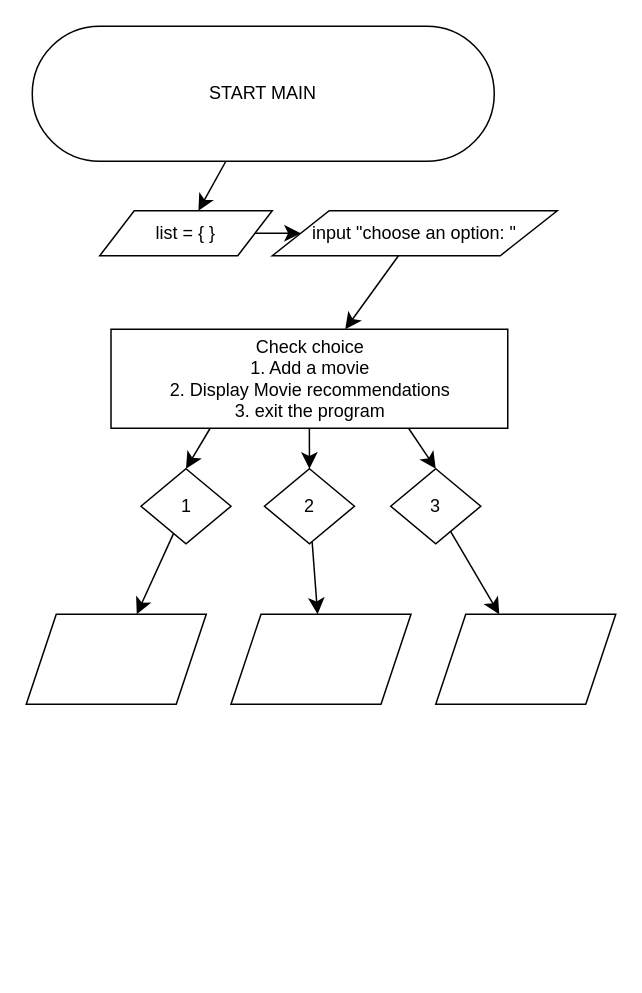
Before: doc/weekSeven.drawio in RedjaderCode/redjader, a draw.io diagram. Source tidied: cells renumbered, new cells numbered last; positions are measured from the earlier drawing's top-left corner, leaving out a move shared by most shapes. Both pictures are drawn from the tidied source at 150%, with x=0, y=0 at pixel (26, 26).
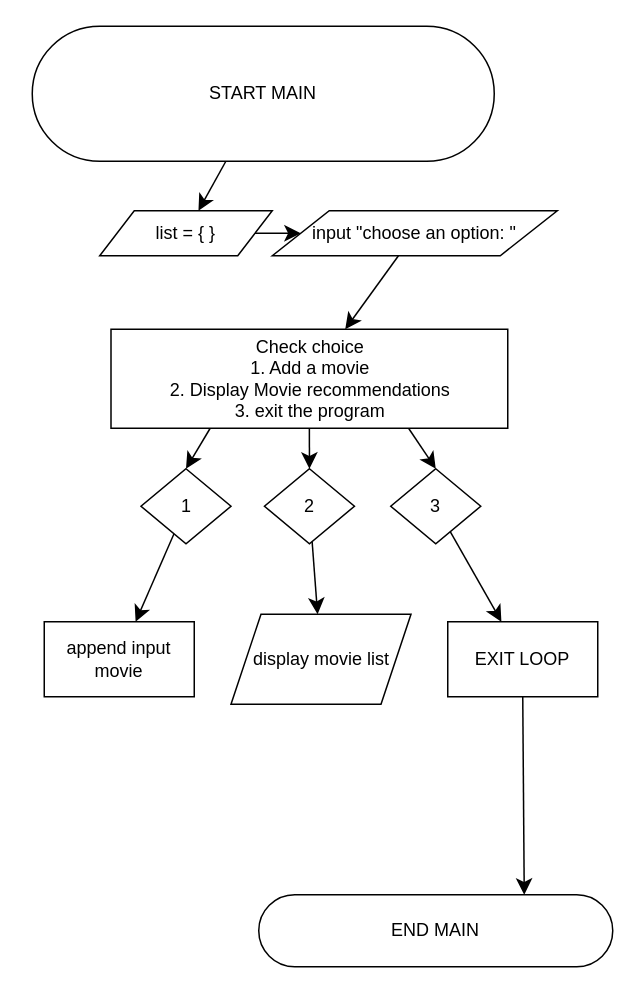
The same diagram, later.

The change refers to these unchanged cells:
```xml
<mxCell id="13" value="1" style="shape=rhombus;html=1;dashed=0;whiteSpace=wrap;perimeter=rhombusPerimeter;" parent="1" vertex="1">
  <mxGeometry x="76.5" y="295" width="60" height="50" as="geometry" />
</mxCell>
<mxCell id="17" value="3" style="shape=rhombus;html=1;dashed=0;whiteSpace=wrap;perimeter=rhombusPerimeter;" parent="1" vertex="1">
  <mxGeometry x="243" y="295" width="60" height="50" as="geometry" />
</mxCell>
```

What changed in the source:
```diff
@@
-    <mxCell id="12" style="edgeStyle=none;curved=1;rounded=0;jettySize=auto;html=1;fontSize=12;startSize=8;endSize=8;" parent="1" edge="1" source="13" target="18">
-      <mxGeometry relative="1" as="geometry" />
-    </mxCell>
+    <mxCell id="21" style="edgeStyle=none;curved=1;rounded=0;jettySize=auto;html=1;fontSize=12;startSize=8;endSize=8;" parent="1" edge="1" source="13" target="23">
+      <mxGeometry relative="1" as="geometry" />
+    </mxCell>
@@
-    <mxCell id="16" style="edgeStyle=none;curved=1;rounded=0;jettySize=auto;html=1;fontSize=12;startSize=8;endSize=8;" parent="1" edge="1" source="17" target="20">
-      <mxGeometry relative="1" as="geometry" />
-    </mxCell>
+    <mxCell id="22" style="edgeStyle=none;curved=1;rounded=0;jettySize=auto;html=1;fontSize=12;startSize=8;endSize=8;" parent="1" edge="1" source="17" target="24">
+      <mxGeometry relative="1" as="geometry" />
+    </mxCell>
@@
-    <mxCell id="18" style="shape=parallelogram;perimeter=parallelogramPerimeter;whiteSpace=wrap;html=1;fixedSize=1;dashed=0;" parent="1" vertex="1">
-      <mxGeometry y="392" width="120" height="60" as="geometry" />
-    </mxCell>
-    <mxCell id="19" style="shape=parallelogram;perimeter=parallelogramPerimeter;whiteSpace=wrap;html=1;fixedSize=1;dashed=0;" parent="1" vertex="1">
+    <mxCell id="19" value="display movie list" style="shape=parallelogram;perimeter=parallelogramPerimeter;whiteSpace=wrap;html=1;fixedSize=1;dashed=0;" parent="1" vertex="1">
       <mxGeometry x="136.5" y="392" width="120" height="60" as="geometry" />
     </mxCell>
-    <mxCell id="20" style="shape=parallelogram;perimeter=parallelogramPerimeter;whiteSpace=wrap;html=1;fixedSize=1;dashed=0;" parent="1" vertex="1">
-      <mxGeometry x="273" y="392" width="120" height="60" as="geometry" />
-    </mxCell>
+    <mxCell id="23" value="append input movie" style="html=1;dashed=0;whiteSpace=wrap;" parent="1" vertex="1">
+      <mxGeometry x="12" y="397" width="100" height="50" as="geometry" />
+    </mxCell>
+    <mxCell id="24" value="EXIT LOOP" style="html=1;dashed=0;whiteSpace=wrap;" parent="1" vertex="1">
+      <mxGeometry x="281" y="397" width="100" height="50" as="geometry" />
+    </mxCell>
+    <mxCell id="25" value="END MAIN" style="html=1;dashed=0;whiteSpace=wrap;shape=mxgraph.dfd.start;" parent="1" vertex="1">
+      <mxGeometry x="155" y="579" width="236" height="48" as="geometry" />
+    </mxCell>
+    <mxCell id="26" style="edgeStyle=none;curved=1;rounded=0;jettySize=auto;html=1;exitX=0.5;exitY=1;exitDx=0;exitDy=0;entryX=0.75;entryY=0;entryDx=0;entryDy=0;entryPerimeter=0;fontSize=12;startSize=8;endSize=8;" parent="1" edge="1" source="24" target="25">
+      <mxGeometry relative="1" as="geometry" />
+    </mxCell>
```
